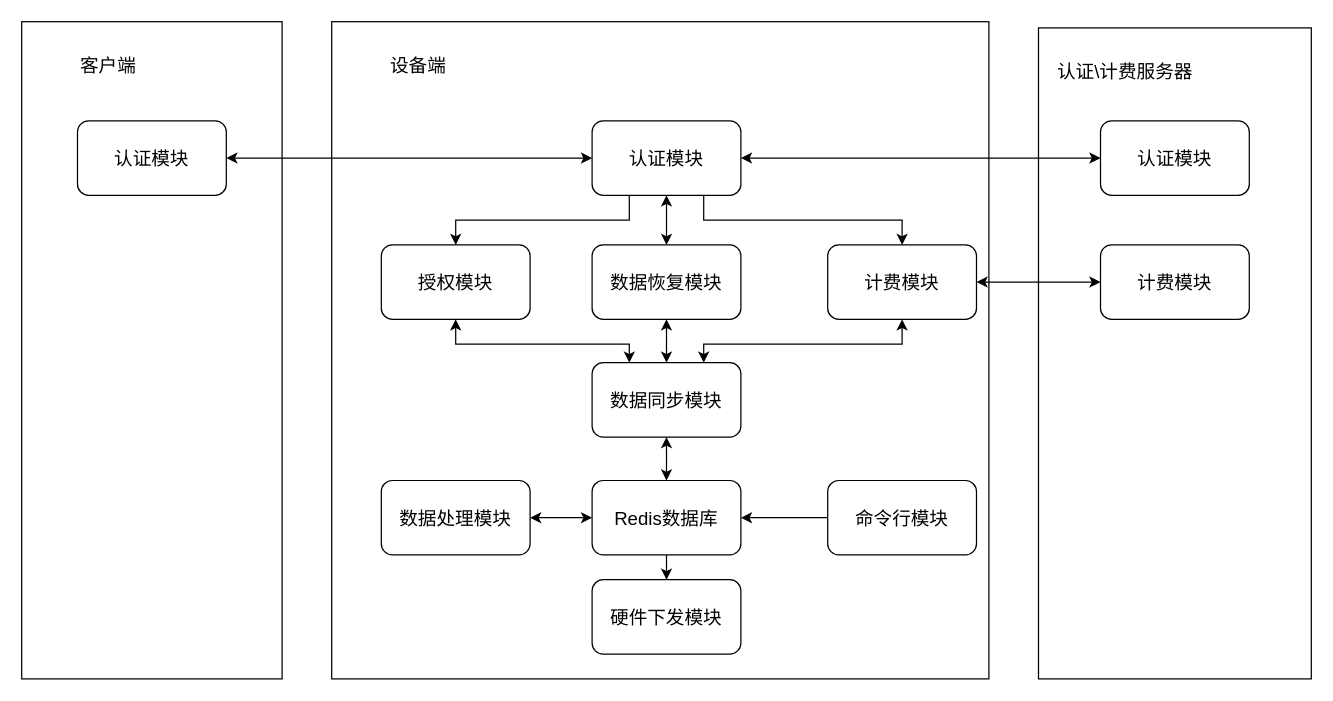
Above: 概要设计框架.drawio in PATORITU/PATORITU (draw.io), before the change. Source tidied: cells renumbered, new cells numbered last; positions are measured from the earlier drawing's top-left corner, leaving out a move shared by most shapes. Both pictures are drawn from the tidied source at 124%, with x=0, y=0 at pixel (21, 21).
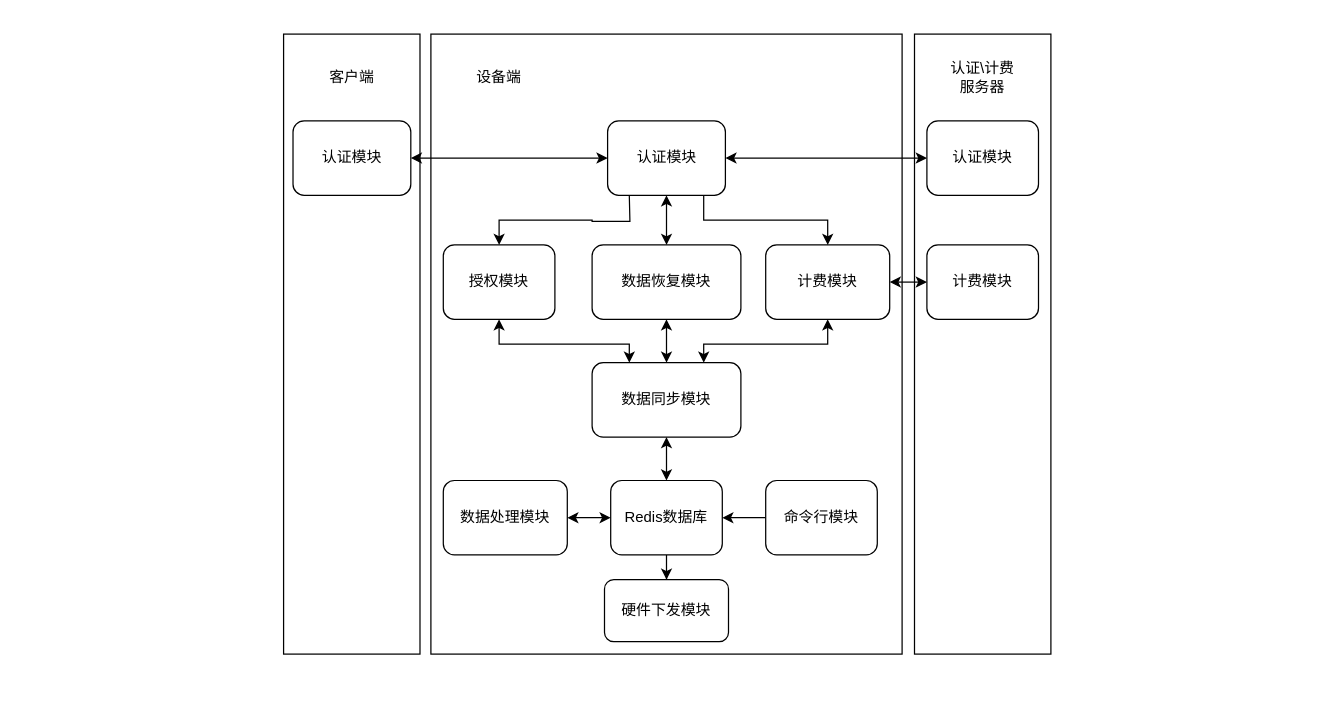
The same diagram, later.

Commit message:
更新概要设计框架.drawio

Diff of the diagram source:
```diff
@@
-    <mxCell id="2" style="whiteSpace=wrap;html=1;" parent="1" vertex="1">
-      <mxGeometry x="250" width="530" height="530" as="geometry" />
-    </mxCell>
+    <mxCell id="33" style="rounded=0;whiteSpace=wrap;html=1;fontFamily=宋体;" parent="1" vertex="1">
+      <mxGeometry x="330" y="10" width="380" height="500" as="geometry" />
+    </mxCell>
-    <mxCell id="3" style="edgeStyle=orthogonalEdgeStyle;rounded=0;jettySize=auto;html=1;entryX=0.5;entryY=0;entryDx=0;entryDy=0;" parent="1" edge="1" source="4" target="14">
+    <mxCell id="3" style="edgeStyle=orthogonalEdgeStyle;rounded=0;jettySize=auto;html=1;entryX=0.5;entryY=0;entryDx=0;entryDy=0;fontFamily=宋体;" parent="1" edge="1" source="4" target="14">
       <mxGeometry relative="1" as="geometry" />
     </mxCell>
-    <mxCell id="4" value="&lt;font style=&quot;font-size: 15px;&quot;&gt;Redis数据库&lt;/font&gt;" style="rounded=1;whiteSpace=wrap;html=1;" parent="1" vertex="1">
-      <mxGeometry x="460" y="370" width="120" height="60" as="geometry" />
+    <mxCell id="4" value="&lt;font style=&quot;font-size: 12px;&quot;&gt;Redis数据库&lt;/font&gt;" style="rounded=1;whiteSpace=wrap;html=1;fontFamily=宋体;" parent="1" vertex="1">
+      <mxGeometry x="475" y="370" width="90" height="60" as="geometry" />
     </mxCell>
-    <mxCell id="5" value="&lt;font style=&quot;font-size: 15px;&quot;&gt;认证模块&lt;/font&gt;" style="rounded=1;whiteSpace=wrap;html=1;" parent="1" vertex="1">
-      <mxGeometry x="460" y="80" width="120" height="60" as="geometry" />
-    </mxCell>
-    <mxCell id="6" style="edgeStyle=orthogonalEdgeStyle;rounded=0;jettySize=auto;html=1;exitX=0.5;exitY=0;exitDx=0;exitDy=0;entryX=0.25;entryY=1;entryDx=0;entryDy=0;startArrow=classic;startFill=1;endArrow=none;endFill=0;" parent="1" edge="1" source="8" target="5">
-      <mxGeometry relative="1" as="geometry" />
+    <mxCell id="6" style="edgeStyle=orthogonalEdgeStyle;rounded=0;jettySize=auto;html=1;exitX=0.5;exitY=0;exitDx=0;exitDy=0;entryX=0.25;entryY=1;entryDx=0;entryDy=0;startArrow=classic;startFill=1;endArrow=none;endFill=0;fontFamily=宋体;" parent="1" edge="1" source="8">
+      <mxGeometry relative="1" as="geometry">
+        <mxPoint x="490" y="140" as="targetPoint" />
+      </mxGeometry>
     </mxCell>
-    <mxCell id="7" style="edgeStyle=orthogonalEdgeStyle;rounded=0;jettySize=auto;html=1;entryX=0.25;entryY=0;entryDx=0;entryDy=0;startArrow=classic;startFill=1;" parent="1" edge="1" source="8" target="32">
+    <mxCell id="7" style="edgeStyle=orthogonalEdgeStyle;rounded=0;jettySize=auto;html=1;entryX=0.25;entryY=0;entryDx=0;entryDy=0;startArrow=classic;startFill=1;fontFamily=宋体;exitX=0.5;exitY=1;exitDx=0;exitDy=0;" parent="1" edge="1" source="8" target="32">
       <mxGeometry relative="1" as="geometry">
         <Array as="points">
-          <mxPoint x="350" y="260" />
+          <mxPoint x="385" y="260" />
           <mxPoint x="490" y="260" />
         </Array>
       </mxGeometry>
     </mxCell>
-    <mxCell id="8" value="&lt;font style=&quot;font-size: 15px;&quot;&gt;授权模块&lt;/font&gt;" style="rounded=1;whiteSpace=wrap;html=1;" parent="1" vertex="1">
-      <mxGeometry x="290" y="180" width="120" height="60" as="geometry" />
+    <mxCell id="8" value="&lt;font style=&quot;font-size: 12px;&quot;&gt;授权模块&lt;/font&gt;" style="rounded=1;whiteSpace=wrap;html=1;fontFamily=宋体;" parent="1" vertex="1">
+      <mxGeometry x="340" y="180" width="90" height="60" as="geometry" />
     </mxCell>
-    <mxCell id="9" style="edgeStyle=orthogonalEdgeStyle;rounded=0;jettySize=auto;html=1;entryX=0.75;entryY=1;entryDx=0;entryDy=0;endArrow=none;endFill=0;startArrow=classic;startFill=1;" parent="1" edge="1" source="11" target="5">
+    <mxCell id="9" style="edgeStyle=orthogonalEdgeStyle;rounded=0;jettySize=auto;html=1;entryX=0.75;entryY=1;entryDx=0;entryDy=0;endArrow=none;endFill=0;startArrow=classic;startFill=1;fontFamily=宋体;exitX=0.5;exitY=0;exitDx=0;exitDy=0;" parent="1" edge="1" source="11">
       <mxGeometry relative="1" as="geometry">
+        <mxPoint x="550" y="140" as="targetPoint" />
         <Array as="points">
-          <mxPoint x="710" y="160" />
+          <mxPoint x="650" y="160" />
           <mxPoint x="550" y="160" />
         </Array>
       </mxGeometry>
     </mxCell>
-    <mxCell id="10" style="edgeStyle=orthogonalEdgeStyle;rounded=0;jettySize=auto;html=1;entryX=0.75;entryY=0;entryDx=0;entryDy=0;startArrow=classic;startFill=1;" parent="1" edge="1" source="11" target="32">
+    <mxCell id="10" style="edgeStyle=orthogonalEdgeStyle;rounded=0;jettySize=auto;html=1;entryX=0.75;entryY=0;entryDx=0;entryDy=0;startArrow=classic;startFill=1;fontFamily=宋体;" parent="1" edge="1" source="11" target="32">
       <mxGeometry relative="1" as="geometry">
         <Array as="points">
-          <mxPoint x="710" y="260" />
+          <mxPoint x="650" y="260" />
           <mxPoint x="550" y="260" />
         </Array>
       </mxGeometry>
     </mxCell>
-    <mxCell id="11" value="&lt;font style=&quot;font-size: 15px;&quot;&gt;计费模块&lt;/font&gt;" style="rounded=1;whiteSpace=wrap;html=1;" parent="1" vertex="1">
-      <mxGeometry x="650" y="180" width="120" height="60" as="geometry" />
+    <mxCell id="11" value="&lt;font style=&quot;font-size: 12px;&quot;&gt;计费模块&lt;/font&gt;" style="rounded=1;whiteSpace=wrap;html=1;fontFamily=宋体;" parent="1" vertex="1">
+      <mxGeometry x="600" y="180" width="100" height="60" as="geometry" />
     </mxCell>
-    <mxCell id="12" style="edgeStyle=orthogonalEdgeStyle;rounded=0;jettySize=auto;html=1;exitX=0;exitY=0.5;exitDx=0;exitDy=0;entryX=1;entryY=0.5;entryDx=0;entryDy=0;" parent="1" edge="1" source="13" target="4">
+    <mxCell id="12" style="edgeStyle=orthogonalEdgeStyle;rounded=0;jettySize=auto;html=1;exitX=0;exitY=0.5;exitDx=0;exitDy=0;entryX=1;entryY=0.5;entryDx=0;entryDy=0;fontFamily=宋体;" parent="1" edge="1" source="13" target="4">
       <mxGeometry relative="1" as="geometry" />
     </mxCell>
-    <mxCell id="13" value="&lt;font style=&quot;font-size: 15px;&quot;&gt;命令行模块&lt;/font&gt;" style="rounded=1;whiteSpace=wrap;html=1;" parent="1" vertex="1">
-      <mxGeometry x="650" y="370" width="120" height="60" as="geometry" />
+    <mxCell id="13" value="&lt;font style=&quot;font-size: 12px;&quot;&gt;命令行模块&lt;/font&gt;" style="rounded=1;whiteSpace=wrap;html=1;fontFamily=宋体;" parent="1" vertex="1">
+      <mxGeometry x="600" y="370" width="90" height="60" as="geometry" />
     </mxCell>
-    <mxCell id="14" value="&lt;span style=&quot;font-size: 15px;&quot;&gt;硬件下发模块&lt;/span&gt;" style="rounded=1;whiteSpace=wrap;html=1;" parent="1" vertex="1">
-      <mxGeometry x="460" y="450" width="120" height="60" as="geometry" />
+    <mxCell id="14" value="&lt;font style=&quot;font-size: 12px;&quot;&gt;硬件下发模块&lt;/font&gt;" style="rounded=1;whiteSpace=wrap;html=1;fontFamily=宋体;" parent="1" vertex="1">
+      <mxGeometry x="470" y="450" width="100" height="50" as="geometry" />
     </mxCell>
-    <mxCell id="15" style="rounded=0;whiteSpace=wrap;html=1;" parent="1" vertex="1">
-      <mxGeometry width="210" height="530" as="geometry" />
+    <mxCell id="15" style="rounded=0;whiteSpace=wrap;html=1;fontFamily=宋体;" parent="1" vertex="1">
+      <mxGeometry x="211.2" y="10" width="110" height="500" as="geometry" />
     </mxCell>
-    <mxCell id="16" value="&lt;font style=&quot;font-size: 15px;&quot;&gt;认证模块&lt;/font&gt;" style="rounded=1;whiteSpace=wrap;html=1;" parent="1" vertex="1">
-      <mxGeometry x="45" y="80" width="120" height="60" as="geometry" />
+    <mxCell id="16" value="&lt;font style=&quot;font-size: 12px;&quot;&gt;认证模块&lt;/font&gt;" style="rounded=1;whiteSpace=wrap;html=1;fontFamily=宋体;" parent="1" vertex="1">
+      <mxGeometry x="218.8" y="80" width="95" height="60" as="geometry" />
     </mxCell>
-    <mxCell id="17" style="rounded=0;whiteSpace=wrap;html=1;" parent="1" vertex="1">
-      <mxGeometry x="820" y="5" width="220" height="525" as="geometry" />
+    <mxCell id="17" style="rounded=0;whiteSpace=wrap;html=1;fontFamily=宋体;" parent="1" vertex="1">
+      <mxGeometry x="720" y="10" width="110" height="500" as="geometry" />
     </mxCell>
-    <mxCell id="18" value="&lt;font style=&quot;font-size: 15px;&quot;&gt;认证模块&lt;/font&gt;" style="rounded=1;whiteSpace=wrap;html=1;" parent="1" vertex="1">
-      <mxGeometry x="870" y="80" width="120" height="60" as="geometry" />
+    <mxCell id="18" value="&lt;font style=&quot;font-size: 12px;&quot;&gt;认证模块&lt;/font&gt;" style="rounded=1;whiteSpace=wrap;html=1;fontFamily=宋体;" parent="1" vertex="1">
+      <mxGeometry x="730" y="80" width="90" height="60" as="geometry" />
     </mxCell>
-    <mxCell id="19" value="&lt;font style=&quot;font-size: 15px;&quot;&gt;计费模块&lt;/font&gt;" style="rounded=1;whiteSpace=wrap;html=1;" parent="1" vertex="1">
-      <mxGeometry x="870" y="180" width="120" height="60" as="geometry" />
+    <mxCell id="19" value="&lt;font style=&quot;font-size: 12px;&quot;&gt;计费模块&lt;/font&gt;" style="rounded=1;whiteSpace=wrap;html=1;fontFamily=宋体;" parent="1" vertex="1">
+      <mxGeometry x="730" y="180" width="90" height="60" as="geometry" />
     </mxCell>
-    <mxCell id="20" value="&lt;font style=&quot;font-size: 15px;&quot;&gt;客户端&lt;/font&gt;" style="rounded=1;whiteSpace=wrap;html=1;strokeColor=none;" parent="1" vertex="1">
-      <mxGeometry x="10" y="5" width="120" height="60" as="geometry" />
+    <mxCell id="20" value="&lt;font style=&quot;font-size: 12px;&quot;&gt;客户端&lt;/font&gt;" style="rounded=1;whiteSpace=wrap;html=1;strokeColor=none;fontFamily=宋体;" parent="1" vertex="1">
+      <mxGeometry x="225" y="22.5" width="82.5" height="45" as="geometry" />
     </mxCell>
-    <mxCell id="21" value="&lt;font style=&quot;font-size: 15px;&quot;&gt;设备端&lt;/font&gt;" style="rounded=1;whiteSpace=wrap;html=1;strokeColor=none;" parent="1" vertex="1">
-      <mxGeometry x="260" y="5" width="120" height="60" as="geometry" />
+    <mxCell id="21" value="&lt;font style=&quot;font-size: 12px;&quot;&gt;设备端&lt;/font&gt;" style="rounded=1;whiteSpace=wrap;html=1;strokeColor=none;fontFamily=宋体;" parent="1" vertex="1">
+      <mxGeometry x="340" y="15" width="90" height="60" as="geometry" />
     </mxCell>
-    <mxCell id="22" value="&lt;font style=&quot;font-size: 15px;&quot;&gt;认证\计费服务器&lt;/font&gt;" style="rounded=1;whiteSpace=wrap;html=1;strokeColor=none;" parent="1" vertex="1">
-      <mxGeometry x="830" y="10" width="120" height="60" as="geometry" />
+    <mxCell id="22" value="&lt;font style=&quot;font-size: 12px;&quot;&gt;认证\计费&lt;br&gt;服务器&lt;/font&gt;" style="rounded=1;whiteSpace=wrap;html=1;strokeColor=none;fontFamily=宋体;" parent="1" vertex="1">
+      <mxGeometry x="725" y="20" width="100" height="50" as="geometry" />
     </mxCell>
-    <mxCell id="23" style="endArrow=classic;startArrow=classic;html=1;rounded=0;exitX=1;exitY=0.5;exitDx=0;exitDy=0;entryX=0;entryY=0.5;entryDx=0;entryDy=0;" parent="1" edge="1" source="16" target="5">
+    <mxCell id="23" style="endArrow=classic;startArrow=classic;html=1;rounded=0;exitX=1;exitY=0.5;exitDx=0;exitDy=0;entryX=0;entryY=0.5;entryDx=0;entryDy=0;fontFamily=宋体;" parent="1" edge="1" source="16" target="5">
       <mxGeometry relative="1" as="geometry" />
     </mxCell>
-    <mxCell id="24" style="endArrow=classic;startArrow=classic;html=1;rounded=0;exitX=1;exitY=0.5;exitDx=0;exitDy=0;entryX=0;entryY=0.5;entryDx=0;entryDy=0;" parent="1" edge="1" source="5" target="18">
+    <mxCell id="24" style="endArrow=classic;startArrow=classic;html=1;rounded=0;exitX=1;exitY=0.5;exitDx=0;exitDy=0;entryX=0;entryY=0.5;entryDx=0;entryDy=0;fontFamily=宋体;" parent="1" edge="1" source="5" target="18">
       <mxGeometry relative="1" as="geometry" />
     </mxCell>
-    <mxCell id="25" style="endArrow=classic;startArrow=classic;html=1;rounded=0;" parent="1" edge="1" source="11" target="19">
+    <mxCell id="25" style="endArrow=classic;startArrow=classic;html=1;rounded=0;fontFamily=宋体;" parent="1" edge="1" source="11" target="19">
       <mxGeometry relative="1" as="geometry" />
     </mxCell>
-    <mxCell id="26" style="edgeStyle=orthogonalEdgeStyle;rounded=0;jettySize=auto;html=1;startArrow=classic;startFill=1;" parent="1" edge="1" source="28" target="5">
-      <mxGeometry relative="1" as="geometry" />
+    <mxCell id="26" style="edgeStyle=orthogonalEdgeStyle;rounded=0;jettySize=auto;html=1;startArrow=classic;startFill=1;fontFamily=宋体;" parent="1" edge="1" source="28">
+      <mxGeometry relative="1" as="geometry">
+        <mxPoint x="520" y="140" as="targetPoint" />
+      </mxGeometry>
     </mxCell>
-    <mxCell id="27" style="edgeStyle=orthogonalEdgeStyle;rounded=0;jettySize=auto;html=1;entryX=0.5;entryY=0;entryDx=0;entryDy=0;startArrow=classic;startFill=1;" parent="1" edge="1" source="28" target="32">
+    <mxCell id="27" style="edgeStyle=orthogonalEdgeStyle;rounded=0;jettySize=auto;html=1;entryX=0.5;entryY=0;entryDx=0;entryDy=0;startArrow=classic;startFill=1;fontFamily=宋体;" parent="1" edge="1" source="28" target="32">
       <mxGeometry relative="1" as="geometry" />
     </mxCell>
-    <mxCell id="28" value="&lt;span style=&quot;font-size: 15px;&quot;&gt;数据恢复模块&lt;/span&gt;" style="rounded=1;whiteSpace=wrap;html=1;" parent="1" vertex="1">
+    <mxCell id="28" value="&lt;font style=&quot;font-size: 12px;&quot;&gt;数据恢复模块&lt;/font&gt;" style="rounded=1;whiteSpace=wrap;html=1;fontFamily=宋体;" parent="1" vertex="1">
       <mxGeometry x="460" y="180" width="120" height="60" as="geometry" />
     </mxCell>
-    <mxCell id="29" style="edgeStyle=orthogonalEdgeStyle;rounded=0;jettySize=auto;html=1;exitX=1;exitY=0.5;exitDx=0;exitDy=0;startArrow=classic;startFill=1;" parent="1" edge="1" source="30" target="4">
+    <mxCell id="29" style="edgeStyle=orthogonalEdgeStyle;rounded=0;jettySize=auto;html=1;exitX=1;exitY=0.5;exitDx=0;exitDy=0;startArrow=classic;startFill=1;fontFamily=宋体;" parent="1" edge="1" source="30" target="4">
       <mxGeometry relative="1" as="geometry" />
     </mxCell>
-    <mxCell id="30" value="&lt;span style=&quot;font-size: 15px;&quot;&gt;数据处理模块&lt;/span&gt;" style="rounded=1;whiteSpace=wrap;html=1;" parent="1" vertex="1">
-      <mxGeometry x="290" y="370" width="120" height="60" as="geometry" />
+    <mxCell id="30" value="&lt;font style=&quot;font-size: 12px;&quot;&gt;数据处理模块&lt;/font&gt;" style="rounded=1;whiteSpace=wrap;html=1;fontFamily=宋体;" parent="1" vertex="1">
+      <mxGeometry x="340" y="370" width="100" height="60" as="geometry" />
     </mxCell>
-    <mxCell id="31" style="edgeStyle=orthogonalEdgeStyle;rounded=0;jettySize=auto;html=1;entryX=0.5;entryY=0;entryDx=0;entryDy=0;startArrow=classic;startFill=1;" parent="1" edge="1" source="32" target="4">
+    <mxCell id="31" style="edgeStyle=orthogonalEdgeStyle;rounded=0;jettySize=auto;html=1;entryX=0.5;entryY=0;entryDx=0;entryDy=0;startArrow=classic;startFill=1;fontFamily=宋体;" parent="1" edge="1" source="32" target="4">
       <mxGeometry relative="1" as="geometry" />
     </mxCell>
-    <mxCell id="32" value="&lt;span style=&quot;font-size: 15px;&quot;&gt;数据同步模块&lt;/span&gt;" style="rounded=1;whiteSpace=wrap;html=1;" parent="1" vertex="1">
+    <mxCell id="32" value="&lt;font style=&quot;font-size: 12px;&quot;&gt;数据同步模块&lt;/font&gt;" style="rounded=1;whiteSpace=wrap;html=1;fontFamily=宋体;" parent="1" vertex="1">
       <mxGeometry x="460" y="275" width="120" height="60" as="geometry" />
     </mxCell>
+    <mxCell id="5" value="&lt;font style=&quot;font-size: 12px;&quot;&gt;认证模块&lt;/font&gt;" style="rounded=1;whiteSpace=wrap;html=1;fontFamily=宋体;" parent="1" vertex="1">
+      <mxGeometry x="472.5" y="80" width="95" height="60" as="geometry" />
+    </mxCell>
```
